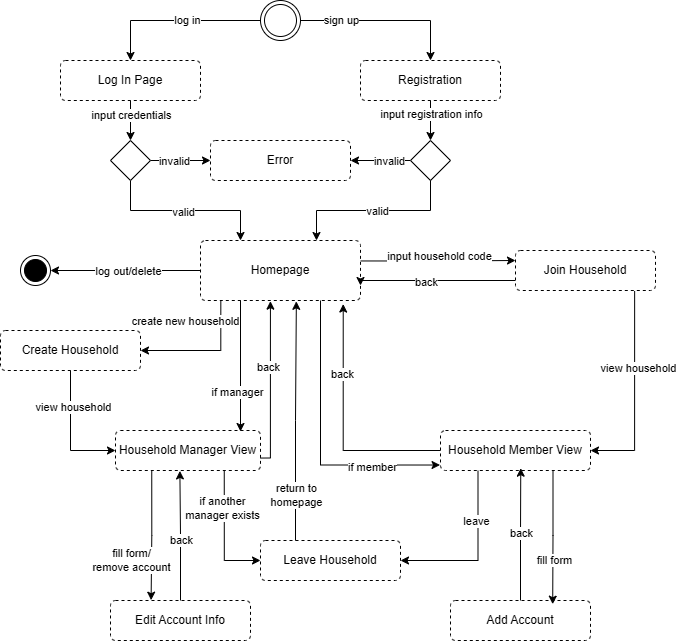
VenkatCSClasses/project-2-group1 keeps this draw.io diagram as diagrams/user_state_diagram.png. Above is the earlier version. Source tidied: cells renumbered, new cells last; positions are measured from the earlier drawing's top-left corner, leaving out a move shared by most shapes.
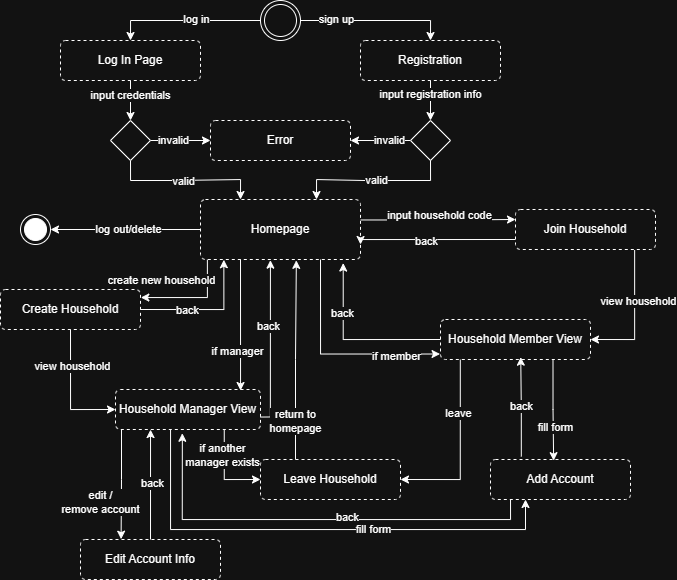
Later version of the same file.

Commit message:
updated user state diiagram

The edit, as a diff of the source:
```diff
@@ -19,7 +19,7 @@
       </mxGeometry>
     </mxCell>
     <mxCell id="6" style="ellipse;shape=doubleEllipse;html=1;dashed=0;whiteSpace=wrap;" parent="1" vertex="1">
-      <mxGeometry x="260" width="40" height="40" as="geometry" />
+      <mxGeometry x="260" y="41" width="40" height="40" as="geometry" />
     </mxCell>
     <mxCell id="7" style="edgeStyle=orthogonalEdgeStyle;rounded=0;jettySize=auto;html=1;exitX=0.5;exitY=1;exitDx=0;exitDy=0;entryX=0.5;entryY=0;entryDx=0;entryDy=0;" parent="1" edge="1" source="9" target="17">
       <mxGeometry relative="1" as="geometry" />
@@ -30,7 +30,7 @@
       </mxGeometry>
     </mxCell>
     <mxCell id="9" value="Log In Page" style="html=1;align=center;verticalAlign=middle;rounded=1;absoluteArcSize=1;arcSize=10;dashed=1;whiteSpace=wrap;" parent="1" vertex="1">
-      <mxGeometry x="60" y="60" width="140" height="40" as="geometry" />
+      <mxGeometry x="60" y="81" width="140" height="40" as="geometry" />
     </mxCell>
     <mxCell id="10" style="edgeStyle=orthogonalEdgeStyle;rounded=0;jettySize=auto;html=1;exitX=0.5;exitY=1;exitDx=0;exitDy=0;entryX=0.5;entryY=0;entryDx=0;entryDy=0;" parent="1" edge="1" source="12" target="20">
       <mxGeometry relative="1" as="geometry" />
@@ -41,7 +41,7 @@
       </mxGeometry>
     </mxCell>
     <mxCell id="12" value="Registration" style="html=1;align=center;verticalAlign=middle;rounded=1;absoluteArcSize=1;arcSize=10;dashed=1;whiteSpace=wrap;" parent="1" vertex="1">
-      <mxGeometry x="360" y="60" width="140" height="40" as="geometry" />
+      <mxGeometry x="360" y="81" width="140" height="40" as="geometry" />
     </mxCell>
     <mxCell id="13" style="edgeStyle=orthogonalEdgeStyle;rounded=0;jettySize=auto;html=1;exitX=1;exitY=0.5;exitDx=0;exitDy=0;entryX=0;entryY=0.5;entryDx=0;entryDy=0;" parent="1" edge="1" source="17" target="28">
       <mxGeometry relative="1" as="geometry" />
@@ -58,12 +58,12 @@
       <mxGeometry x="-0.03" y="-1" relative="1" as="geometry" />
     </mxCell>
     <mxCell id="17" style="rhombus;whiteSpace=wrap;html=1;" parent="1" vertex="1">
-      <mxGeometry x="110" y="140" width="40" height="40" as="geometry" />
+      <mxGeometry x="110" y="161" width="40" height="40" as="geometry" />
     </mxCell>
     <mxCell id="18" style="edgeStyle=orthogonalEdgeStyle;rounded=0;orthogonalLoop=1;jettySize=auto;html=1;exitX=0;exitY=0.5;exitDx=0;exitDy=0;entryX=1;entryY=0.5;entryDx=0;entryDy=0;" parent="1" edge="1">
       <mxGeometry relative="1" as="geometry">
-        <mxPoint x="410" y="160" as="sourcePoint" />
-        <mxPoint x="350" y="160" as="targetPoint" />
+        <mxPoint x="410" y="181" as="sourcePoint" />
+        <mxPoint x="350" y="181" as="targetPoint" />
       </mxGeometry>
     </mxCell>
     <mxCell id="19" value="invalid" style="edgeLabel;html=1;align=center;verticalAlign=middle;" parent="18" vertex="1">
@@ -72,7 +72,7 @@
       </mxGeometry>
     </mxCell>
     <mxCell id="20" style="rhombus;whiteSpace=wrap;html=1;" parent="1" vertex="1">
-      <mxGeometry x="410" y="140" width="40" height="40" as="geometry" />
+      <mxGeometry x="410" y="161" width="40" height="40" as="geometry" />
     </mxCell>
     <mxCell id="21" style="edgeStyle=orthogonalEdgeStyle;rounded=0;jettySize=auto;html=1;exitX=0;exitY=0.5;exitDx=0;exitDy=0;entryX=1;entryY=0.5;entryDx=0;entryDy=0;" parent="1" edge="1" source="27" target="40">
       <mxGeometry relative="1" as="geometry" />
@@ -90,23 +90,24 @@
         <mxPoint x="17" y="-7" as="offset" />
       </mxGeometry>
     </mxCell>
-    <mxCell id="25" style="edgeStyle=orthogonalEdgeStyle;rounded=0;jettySize=auto;html=1;exitX=0.127;exitY=1.008;exitDx=0;exitDy=0;entryX=1;entryY=0.5;entryDx=0;entryDy=0;exitPerimeter=0;" parent="1" edge="1" source="27" target="45">
+    <mxCell id="25" style="edgeStyle=orthogonalEdgeStyle;rounded=0;jettySize=auto;html=1;exitX=0.043;exitY=0.999;exitDx=0;exitDy=0;entryX=1.002;entryY=0.19;entryDx=0;entryDy=0;exitPerimeter=0;entryPerimeter=0;" parent="1" edge="1" source="27" target="45">
       <mxGeometry relative="1" as="geometry">
         <Array as="points">
-          <mxPoint x="220" y="350" />
+          <mxPoint x="207" y="338" />
+          <mxPoint x="140" y="338" />
         </Array>
       </mxGeometry>
     </mxCell>
     <mxCell id="26" value="create new household" style="edgeLabel;html=1;align=center;verticalAlign=middle;" parent="25" vertex="1">
       <mxGeometry x="0.4" relative="1" as="geometry">
-        <mxPoint x="6" y="-30" as="offset" />
+        <mxPoint x="-11" y="-18" as="offset" />
       </mxGeometry>
     </mxCell>
     <mxCell id="27" value="Homepage" style="html=1;align=center;verticalAlign=middle;rounded=1;absoluteArcSize=1;arcSize=10;dashed=1;whiteSpace=wrap;" parent="1" vertex="1">
       <mxGeometry x="200" y="240" width="160" height="60" as="geometry" />
     </mxCell>
     <mxCell id="28" value="Error" style="html=1;align=center;verticalAlign=middle;rounded=1;absoluteArcSize=1;arcSize=10;dashed=1;whiteSpace=wrap;" parent="1" vertex="1">
-      <mxGeometry x="210" y="140" width="140" height="40" as="geometry" />
+      <mxGeometry x="210" y="161" width="140" height="40" as="geometry" />
     </mxCell>
     <mxCell id="29" style="edgeStyle=orthogonalEdgeStyle;rounded=0;jettySize=auto;html=1;exitX=0;exitY=0.75;exitDx=0;exitDy=0;entryX=1;entryY=0.75;entryDx=0;entryDy=0;" parent="1" edge="1" source="33" target="27">
       <mxGeometry relative="1" as="geometry">
@@ -133,17 +134,33 @@
     <mxCell id="35" value="if another&lt;div&gt;manager exists&lt;/div&gt;" style="edgeLabel;html=1;align=center;verticalAlign=middle;" parent="34" vertex="1">
       <mxGeometry x="-0.41" y="-2" relative="1" as="geometry" />
     </mxCell>
+    <mxCell id="67" style="edgeStyle=orthogonalEdgeStyle;rounded=0;jettySize=auto;html=1;exitX=0.394;exitY=0.965;exitDx=0;exitDy=0;entryX=0.25;entryY=1;entryDx=0;entryDy=0;exitPerimeter=0;" parent="1" edge="1" source="36" target="60">
+      <mxGeometry relative="1" as="geometry">
+        <Array as="points">
+          <mxPoint x="170" y="469" />
+          <mxPoint x="170" y="570" />
+          <mxPoint x="525" y="570" />
+        </Array>
+      </mxGeometry>
+    </mxCell>
+    <mxCell id="68" value="fill form" style="edgeLabel;html=1;align=center;verticalAlign=middle;" parent="67" vertex="1">
+      <mxGeometry x="0.25" y="1" relative="1" as="geometry" />
+    </mxCell>
     <mxCell id="36" value="Household Manager View" style="html=1;align=center;verticalAlign=middle;rounded=1;absoluteArcSize=1;arcSize=10;dashed=1;whiteSpace=wrap;" parent="1" vertex="1">
       <mxGeometry x="115" y="430" width="145" height="40" as="geometry" />
     </mxCell>
-    <mxCell id="37" style="edgeStyle=orthogonalEdgeStyle;rounded=0;jettySize=auto;html=1;exitX=0.25;exitY=1;exitDx=0;exitDy=0;entryX=1;entryY=0.5;entryDx=0;entryDy=0;" parent="1" edge="1" source="39" target="54">
-      <mxGeometry relative="1" as="geometry" />
+    <mxCell id="37" style="edgeStyle=orthogonalEdgeStyle;rounded=0;jettySize=auto;html=1;exitX=0.132;exitY=0.993;exitDx=0;exitDy=0;entryX=1;entryY=0.5;entryDx=0;entryDy=0;exitPerimeter=0;" parent="1" edge="1" source="39" target="54">
+      <mxGeometry relative="1" as="geometry">
+        <Array as="points">
+          <mxPoint x="460" y="520" />
+        </Array>
+      </mxGeometry>
     </mxCell>
     <mxCell id="38" value="leave" style="edgeLabel;html=1;align=center;verticalAlign=middle;" parent="37" vertex="1">
       <mxGeometry x="-0.4" y="-2" relative="1" as="geometry" />
     </mxCell>
     <mxCell id="39" value="Household Member View" style="html=1;align=center;verticalAlign=middle;rounded=1;absoluteArcSize=1;arcSize=10;dashed=1;whiteSpace=wrap;" parent="1" vertex="1">
-      <mxGeometry x="440" y="430" width="150" height="40" as="geometry" />
+      <mxGeometry x="440" y="360" width="150" height="40" as="geometry" />
     </mxCell>
     <mxCell id="40" style="ellipse;html=1;shape=endState;fillColor=strokeColor;" parent="1" vertex="1">
       <mxGeometry x="20" y="255" width="30" height="30" as="geometry" />
@@ -162,6 +179,12 @@
     <mxCell id="44" value="view household" style="edgeLabel;html=1;align=center;verticalAlign=middle;" parent="43" vertex="1">
       <mxGeometry x="-0.43" y="2" relative="1" as="geometry" />
     </mxCell>
+    <mxCell id="69" style="edgeStyle=orthogonalEdgeStyle;rounded=0;jettySize=auto;html=1;exitX=1;exitY=0.5;exitDx=0;exitDy=0;entryX=0.146;entryY=1.004;entryDx=0;entryDy=0;entryPerimeter=0;" parent="1" edge="1" source="45" target="27">
+      <mxGeometry relative="1" as="geometry" />
+    </mxCell>
+    <mxCell id="70" value="back" style="edgeLabel;html=1;align=center;verticalAlign=middle;" parent="69" vertex="1">
+      <mxGeometry x="-0.3" relative="1" as="geometry" />
+    </mxCell>
     <mxCell id="45" value="Create Household" style="html=1;align=center;verticalAlign=middle;rounded=1;absoluteArcSize=1;arcSize=10;dashed=1;whiteSpace=wrap;" parent="1" vertex="1">
       <mxGeometry y="330" width="140" height="40" as="geometry" />
     </mxCell>
@@ -204,37 +227,49 @@
       <mxGeometry x="0.43" y="1" relative="1" as="geometry" />
     </mxCell>
     <mxCell id="54" value="Leave Household" style="html=1;align=center;verticalAlign=middle;rounded=1;absoluteArcSize=1;arcSize=10;dashed=1;whiteSpace=wrap;" parent="1" vertex="1">
-      <mxGeometry x="260" y="540" width="140" height="40" as="geometry" />
+      <mxGeometry x="260" y="500" width="140" height="40" as="geometry" />
     </mxCell>
     <mxCell id="55" value="Edit Account Info" style="html=1;align=center;verticalAlign=middle;rounded=1;absoluteArcSize=1;arcSize=10;dashed=1;whiteSpace=wrap;" parent="1" vertex="1">
-      <mxGeometry x="110" y="600" width="140" height="40" as="geometry" />
+      <mxGeometry x="80" y="580" width="140" height="40" as="geometry" />
     </mxCell>
-    <mxCell id="56" style="edgeStyle=orthogonalEdgeStyle;rounded=0;jettySize=auto;html=1;exitX=0.25;exitY=1;exitDx=0;exitDy=0;entryX=0.29;entryY=-0.008;entryDx=0;entryDy=0;entryPerimeter=0;" parent="1" edge="1" source="36" target="55">
-      <mxGeometry relative="1" as="geometry" />
+    <mxCell id="56" style="edgeStyle=orthogonalEdgeStyle;rounded=0;jettySize=auto;html=1;entryX=0.29;entryY=-0.008;entryDx=0;entryDy=0;entryPerimeter=0;" parent="1" edge="1" target="55">
+      <mxGeometry relative="1" as="geometry">
+        <mxPoint x="121" y="470" as="sourcePoint" />
+        <Array as="points">
+          <mxPoint x="121" y="470" />
+          <mxPoint x="121" y="520" />
+          <mxPoint x="121" y="520" />
+        </Array>
+      </mxGeometry>
     </mxCell>
-    <mxCell id="57" value="fill form/&lt;div&gt;remove account&lt;/div&gt;" style="edgeLabel;html=1;align=center;verticalAlign=middle;" parent="56" vertex="1">
+    <mxCell id="57" value="edit /&lt;div&gt;remove account&lt;/div&gt;" style="edgeLabel;html=1;align=center;verticalAlign=middle;" parent="56" vertex="1">
       <mxGeometry x="-0.48" relative="1" as="geometry">
-        <mxPoint x="-21" y="56" as="offset" />
+        <mxPoint x="-21" y="44" as="offset" />
       </mxGeometry>
     </mxCell>
-    <mxCell id="58" style="edgeStyle=orthogonalEdgeStyle;rounded=0;jettySize=auto;html=1;exitX=0.5;exitY=0;exitDx=0;exitDy=0;entryX=0.444;entryY=1.011;entryDx=0;entryDy=0;entryPerimeter=0;" parent="1" edge="1" source="55" target="36">
-      <mxGeometry relative="1" as="geometry" />
+    <mxCell id="58" style="edgeStyle=orthogonalEdgeStyle;rounded=0;jettySize=auto;html=1;exitX=0.5;exitY=0;exitDx=0;exitDy=0;" parent="1" edge="1" source="55">
+      <mxGeometry relative="1" as="geometry">
+        <mxPoint x="150" y="470" as="targetPoint" />
+        <Array as="points">
+          <mxPoint x="150" y="470" />
+        </Array>
+      </mxGeometry>
     </mxCell>
     <mxCell id="59" value="back" style="edgeLabel;html=1;align=center;verticalAlign=middle;" parent="58" vertex="1">
       <mxGeometry x="0.14" y="-2" relative="1" as="geometry">
-        <mxPoint x="-1" y="13" as="offset" />
+        <mxPoint x="-1" y="6" as="offset" />
       </mxGeometry>
     </mxCell>
     <mxCell id="60" value="Add Account" style="html=1;align=center;verticalAlign=middle;rounded=1;absoluteArcSize=1;arcSize=10;dashed=1;whiteSpace=wrap;" parent="1" vertex="1">
-      <mxGeometry x="450" y="600" width="140" height="40" as="geometry" />
+      <mxGeometry x="490" y="500" width="140" height="40" as="geometry" />
     </mxCell>
-    <mxCell id="61" style="edgeStyle=orthogonalEdgeStyle;rounded=0;jettySize=auto;html=1;exitX=0.75;exitY=1;exitDx=0;exitDy=0;entryX=0.73;entryY=0.092;entryDx=0;entryDy=0;entryPerimeter=0;" parent="1" edge="1" source="39" target="60">
+    <mxCell id="61" style="edgeStyle=orthogonalEdgeStyle;rounded=0;jettySize=auto;html=1;exitX=0.75;exitY=1;exitDx=0;exitDy=0;entryX=0.451;entryY=0.029;entryDx=0;entryDy=0;entryPerimeter=0;" parent="1" edge="1" source="39" target="60">
       <mxGeometry relative="1" as="geometry" />
     </mxCell>
     <mxCell id="62" value="fill form" style="edgeLabel;html=1;align=center;verticalAlign=middle;" parent="61" vertex="1">
       <mxGeometry x="0.35" y="1" relative="1" as="geometry" />
     </mxCell>
-    <mxCell id="63" style="edgeStyle=orthogonalEdgeStyle;rounded=0;jettySize=auto;html=1;exitX=0.5;exitY=0;exitDx=0;exitDy=0;entryX=0.535;entryY=0.942;entryDx=0;entryDy=0;entryPerimeter=0;" parent="1" edge="1" source="60" target="39">
+    <mxCell id="63" style="edgeStyle=orthogonalEdgeStyle;rounded=0;jettySize=auto;html=1;exitX=0.22;exitY=-0.074;exitDx=0;exitDy=0;entryX=0.535;entryY=0.942;entryDx=0;entryDy=0;entryPerimeter=0;exitPerimeter=0;" parent="1" edge="1" source="60" target="39">
       <mxGeometry relative="1" as="geometry" />
     </mxCell>
     <mxCell id="64" value="back" style="edgeLabel;html=1;align=center;verticalAlign=middle;" parent="63" vertex="1">
@@ -246,5 +281,11 @@
     <mxCell id="66" value="return to&lt;div&gt;homepage&lt;/div&gt;" style="edgeLabel;html=1;align=center;verticalAlign=middle;" parent="65" vertex="1">
       <mxGeometry x="-0.62" relative="1" as="geometry" />
     </mxCell>
+    <mxCell id="71" style="edgeStyle=orthogonalEdgeStyle;rounded=0;jettySize=auto;html=1;entryX=0.461;entryY=1.094;entryDx=0;entryDy=0;entryPerimeter=0;exitX=0.143;exitY=1;exitDx=0;exitDy=0;exitPerimeter=0;" parent="1" edge="1" source="60" target="36">
+      <mxGeometry relative="1" as="geometry" />
+    </mxCell>
+    <mxCell id="72" value="back" style="edgeLabel;html=1;align=center;verticalAlign=middle;" parent="71" vertex="1">
+      <mxGeometry x="-0.15" y="-3" relative="1" as="geometry" />
+    </mxCell>
   </root>
 </mxGraphModel>
```
